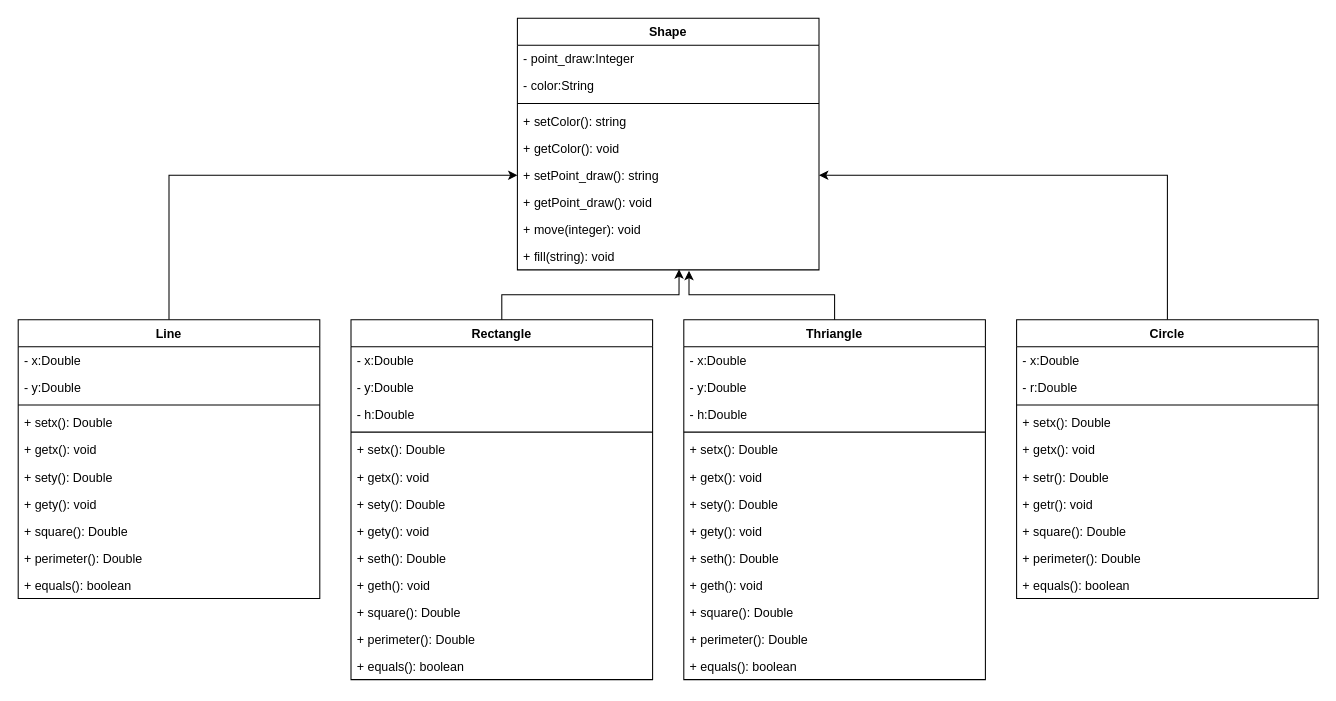
Earlier version of the draw.io diagram LR2/2.drawio (23yaro/java). Source tidied: cells renumbered, new cells numbered last; positions are measured from the earlier drawing's top-left corner, leaving out a move shared by most shapes. Both pictures are drawn from the tidied source at 104%, with x=0, y=0 at pixel (18, 18).
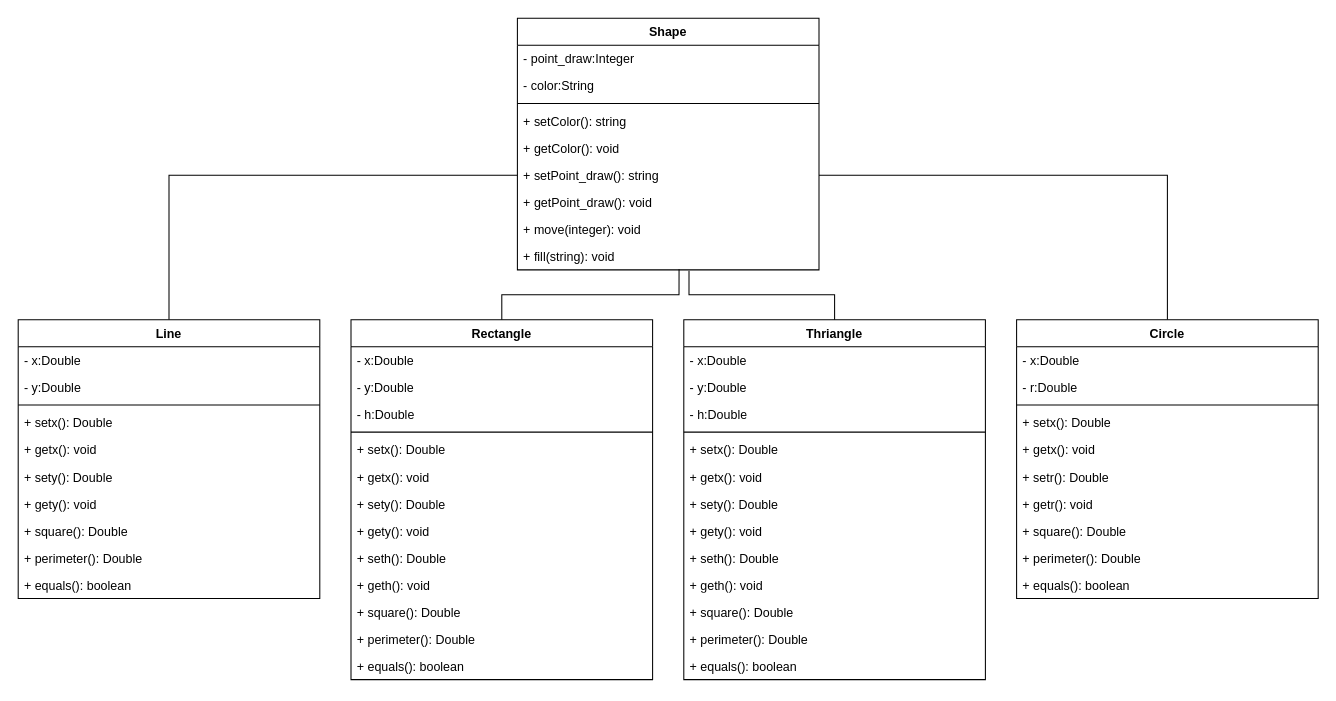
The same page after the edit.

The change refers to these unchanged cells:
```xml
<mxCell id="8" value="+&amp;nbsp;setPoint_draw&lt;span style=&quot;background-color: initial;&quot;&gt;():&amp;nbsp;&lt;/span&gt;&lt;span style=&quot;background-color: initial;&quot;&gt;string&lt;/span&gt;" style="text;strokeColor=none;fillColor=none;align=left;verticalAlign=top;spacingLeft=4;spacingRight=4;overflow=hidden;points=[[0,0.5],[1,0.5]];portConstraint=eastwest;whiteSpace=wrap;html=1;" parent="2" vertex="1">
  <mxGeometry y="138" width="290" height="26" as="geometry" />
</mxCell>
<mxCell id="11" value="+&amp;nbsp;fill&lt;span style=&quot;background-color: initial;&quot;&gt;(string):&amp;nbsp;&lt;/span&gt;&lt;span style=&quot;background-color: initial;&quot;&gt;void&lt;/span&gt;" style="text;strokeColor=none;fillColor=none;align=left;verticalAlign=top;spacingLeft=4;spacingRight=4;overflow=hidden;points=[[0,0.5],[1,0.5]];portConstraint=eastwest;whiteSpace=wrap;html=1;" parent="2" vertex="1">
  <mxGeometry y="216" width="290" height="26" as="geometry" />
</mxCell>
<mxCell id="13" value="Line" style="swimlane;fontStyle=1;align=center;verticalAlign=top;horizontal=1;startSize=26;whiteSpace=wrap;html=1;" parent="1" vertex="1">
  <mxGeometry y="290" width="290" height="268" as="geometry" />
</mxCell>
<mxCell id="24" value="Rectangle" style="swimlane;fontStyle=1;align=center;verticalAlign=top;horizontal=1;startSize=26;whiteSpace=wrap;html=1;" parent="1" vertex="1">
  <mxGeometry x="320" y="290" width="290" height="346" as="geometry" />
</mxCell>
<mxCell id="39" value="Circle" style="swimlane;fontStyle=1;align=center;verticalAlign=top;horizontal=1;startSize=26;whiteSpace=wrap;html=1;" parent="1" vertex="1">
  <mxGeometry x="960" y="290" width="290" height="268" as="geometry" />
</mxCell>
<mxCell id="50" value="Thriangle" style="swimlane;fontStyle=1;align=center;verticalAlign=top;horizontal=1;startSize=26;whiteSpace=wrap;html=1;" parent="1" vertex="1">
  <mxGeometry x="640" y="290" width="290" height="346" as="geometry" />
</mxCell>
```

The edit, as a diff of the source:
```diff
@@
-    <mxCell id="12" style="edgeStyle=orthogonalEdgeStyle;rounded=0;jettySize=auto;html=1;entryX=0;entryY=0.5;entryDx=0;entryDy=0;" parent="1" edge="1" source="13" target="8">
+    <mxCell id="12" style="edgeStyle=orthogonalEdgeStyle;rounded=0;jettySize=auto;html=1;entryX=0;entryY=0.5;entryDx=0;entryDy=0;endArrow=none;endFill=0;" parent="1" edge="1" source="13" target="8">
       <mxGeometry relative="1" as="geometry" />
     </mxCell>
@@
-    <mxCell id="38" style="edgeStyle=orthogonalEdgeStyle;rounded=0;jettySize=auto;html=1;exitX=0.5;exitY=0;exitDx=0;exitDy=0;entryX=1;entryY=0.5;entryDx=0;entryDy=0;" parent="1" edge="1" source="39" target="8">
+    <mxCell id="38" style="edgeStyle=orthogonalEdgeStyle;rounded=0;jettySize=auto;html=1;exitX=0.5;exitY=0;exitDx=0;exitDy=0;entryX=1;entryY=0.5;entryDx=0;entryDy=0;endArrow=none;endFill=0;" parent="1" edge="1" source="39" target="8">
       <mxGeometry relative="1" as="geometry" />
     </mxCell>
@@
-    <mxCell id="64" style="edgeStyle=orthogonalEdgeStyle;rounded=0;jettySize=auto;html=1;entryX=0.536;entryY=0.98;entryDx=0;entryDy=0;entryPerimeter=0;" parent="1" edge="1" source="24" target="11">
+    <mxCell id="64" style="edgeStyle=orthogonalEdgeStyle;rounded=0;jettySize=auto;html=1;entryX=0.536;entryY=0.98;entryDx=0;entryDy=0;entryPerimeter=0;endArrow=none;endFill=0;" parent="1" edge="1" source="24" target="11">
       <mxGeometry relative="1" as="geometry" />
     </mxCell>
-    <mxCell id="65" style="edgeStyle=orthogonalEdgeStyle;rounded=0;jettySize=auto;html=1;exitX=0.5;exitY=0;exitDx=0;exitDy=0;entryX=0.569;entryY=1.035;entryDx=0;entryDy=0;entryPerimeter=0;" parent="1" edge="1" source="50" target="11">
+    <mxCell id="65" style="edgeStyle=orthogonalEdgeStyle;rounded=0;jettySize=auto;html=1;exitX=0.5;exitY=0;exitDx=0;exitDy=0;entryX=0.569;entryY=1.035;entryDx=0;entryDy=0;entryPerimeter=0;endArrow=none;endFill=0;" parent="1" edge="1" source="50" target="11">
       <mxGeometry relative="1" as="geometry" />
     </mxCell>
```
